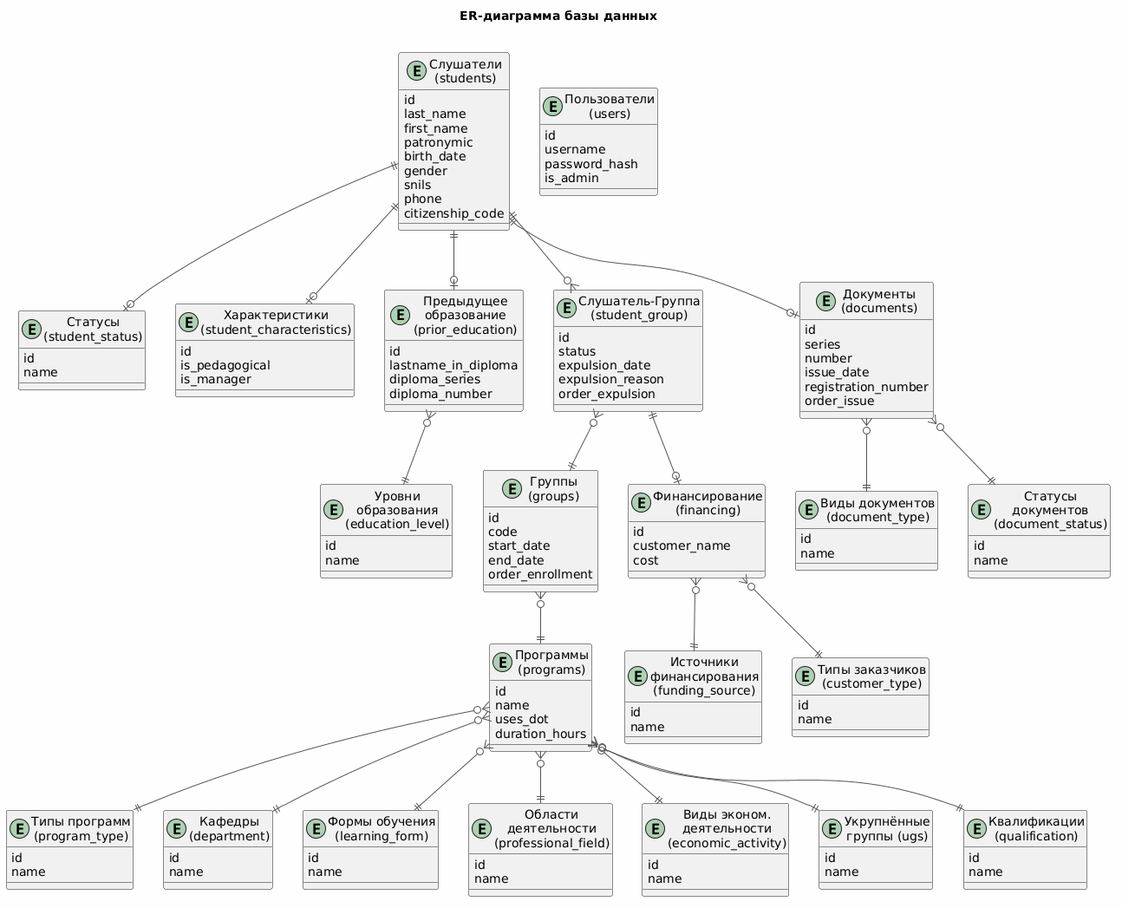
The PlantUML diagram latex/vkr-class-master/er.png in e3uq3l/vkr, before a commit. The source it was exported from:
```plantuml
@startuml
skinparam backgroundColor #FEFEFE
skinparam ArrowColor #555555
skinparam RectangleBackgroundColor #FFFFFF
skinparam RectangleBorderColor #555555

title ER-диаграмма базы данных\n

entity "Слушатели\n(students)" as students {
    id
    last_name
    first_name
    patronymic
    birth_date
    gender
    snils
    phone
    citizenship_code
}

entity "Статусы\n(student_status)" as status {
    id
    name
}

entity "Характеристики\n(student_characteristics)" as charact {
    id
    is_pedagogical
    is_manager
}

entity "Предыдущее\nобразование\n(prior_education)" as education {
    id
    lastname_in_diploma
    diploma_series
    diploma_number
}

entity "Уровни\nобразования\n(education_level)" as edu_level {
    id
    name
}

entity "Слушатель-Группа\n(student_group)" as st_group {
    id
    status
    expulsion_date
    expulsion_reason
    order_expulsion
}

entity "Группы\n(groups)" as groups {
    id
    code
    start_date
    end_date
    order_enrollment
}

entity "Программы\n(programs)" as programs {
    id
    name
    uses_dot
    duration_hours
}

entity "Типы программ\n(program_type)" as prog_type {
    id
    name
}

entity "Кафедры\n(department)" as dept {
    id
    name
}

entity "Формы обучения\n(learning_form)" as learn_form {
    id
    name
}

entity "Области\nдеятельности\n(professional_field)" as prof_field {
    id
    name
}

entity "Виды эконом.\nдеятельности\n(economic_activity)" as econ_act {
    id
    name
}

entity "Укрупнённые\nгруппы (ugs)" as ugs {
    id
    name
}

entity "Квалификации\n(qualification)" as qual {
    id
    name
}

entity "Финансирование\n(financing)" as financing {
    id
    customer_name
    cost
}

entity "Источники\nфинансирования\n(funding_source)" as fund_src {
    id
    name
}

entity "Типы заказчиков\n(customer_type)" as cust_type {
    id
    name
}

entity "Документы\n(documents)" as docs {
    id
    series
    number
    issue_date
    registration_number
    order_issue
}

entity "Виды документов\n(document_type)" as doc_type {
    id
    name
}

entity "Статусы\nдокументов\n(document_status)" as doc_status {
    id
    name
}

entity "Пользователи\n(users)" as users {
    id
    username
    password_hash
    is_admin
}

students ||--o| status
students ||--o| charact
students ||--o| education
students ||--o| docs
students ||--o{ st_group

st_group }o--|| groups
st_group ||--o| financing

groups }o--|| programs

programs }o--|| prog_type
programs }o--|| dept
programs }o--|| learn_form
programs }o--|| prof_field
programs }o--|| econ_act
programs }o--|| ugs
programs }o--|| qual

financing }o--|| fund_src
financing }o--|| cust_type

docs }o--|| doc_type
docs }o--|| doc_status

education }o--|| edu_level
@enduml
```
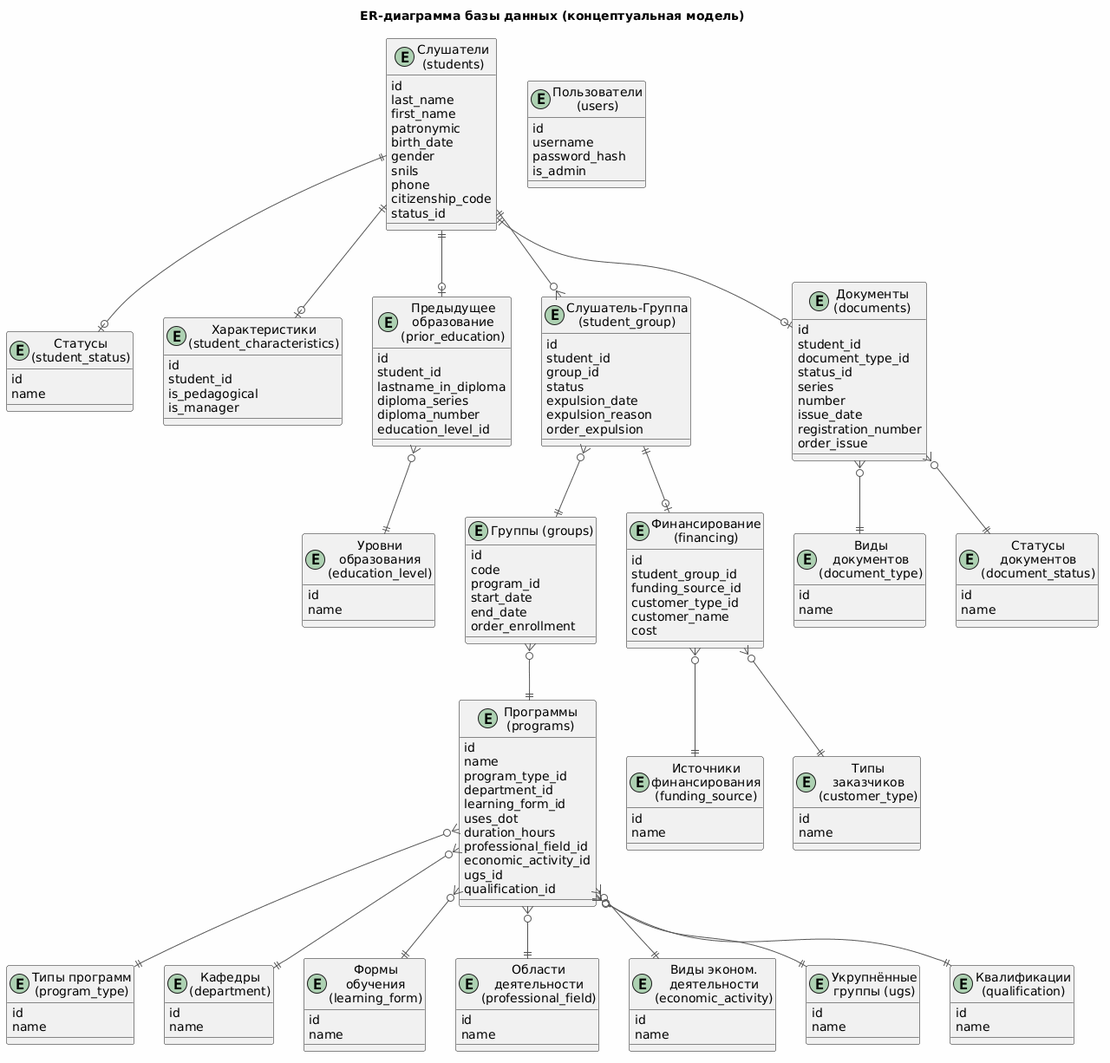
After the change.

The edit, as a diff of the source:
```diff
@@ -3,10 +3,11 @@
 skinparam ArrowColor #555555
 skinparam RectangleBackgroundColor #FFFFFF
 skinparam RectangleBorderColor #555555
+skinparam wrapWidth 120
 
-title ER-диаграмма базы данных\n
+title ER-диаграмма базы данных (концептуальная модель)
 
-entity "Слушатели\n(students)" as students {
+entity "Слушатели (students)" as students {
     id
     last_name
     first_name
@@ -16,107 +17,127 @@
     snils
     phone
     citizenship_code
+    status_id
 }
 
-entity "Статусы\n(student_status)" as status {
+entity "Статусы (student_status)" as status {
     id
     name
 }
 
-entity "Характеристики\n(student_characteristics)" as charact {
+entity "Характеристики (student_characteristics)" as charact {
     id
+    student_id
     is_pedagogical
     is_manager
 }
 
-entity "Предыдущее\nобразование\n(prior_education)" as education {
+entity "Предыдущее образование (prior_education)" as education {
     id
+    student_id
     lastname_in_diploma
     diploma_series
     diploma_number
+    education_level_id
 }
 
-entity "Уровни\nобразования\n(education_level)" as edu_level {
+entity "Уровни образования (education_level)" as edu_level {
     id
     name
 }
 
-entity "Слушатель-Группа\n(student_group)" as st_group {
+entity "Слушатель-Группа (student_group)" as st_group {
     id
+    student_id
+    group_id
     status
     expulsion_date
     expulsion_reason
     order_expulsion
 }
 
-entity "Группы\n(groups)" as groups {
+entity "Группы (groups)" as groups {
     id
     code
+    program_id
     start_date
     end_date
     order_enrollment
 }
 
-entity "Программы\n(programs)" as programs {
+entity "Программы (programs)" as programs {
     id
     name
+    program_type_id
+    department_id
+    learning_form_id
     uses_dot
     duration_hours
+    professional_field_id
+    economic_activity_id
+    ugs_id
+    qualification_id
 }
 
-entity "Типы программ\n(program_type)" as prog_type {
+entity "Типы программ (program_type)" as prog_type {
     id
     name
 }
 
-entity "Кафедры\n(department)" as dept {
+entity "Кафедры (department)" as dept {
     id
     name
 }
 
-entity "Формы обучения\n(learning_form)" as learn_form {
+entity "Формы обучения (learning_form)" as learn_form {
     id
     name
 }
 
-entity "Области\nдеятельности\n(professional_field)" as prof_field {
+entity "Области деятельности (professional_field)" as prof_field {
     id
     name
 }
 
-entity "Виды эконом.\nдеятельности\n(economic_activity)" as econ_act {
+entity "Виды эконом. деятельности (economic_activity)" as econ_act {
     id
     name
 }
 
-entity "Укрупнённые\nгруппы (ugs)" as ugs {
+entity "Укрупнённые группы (ugs)" as ugs {
     id
     name
 }
 
-entity "Квалификации\n(qualification)" as qual {
+entity "Квалификации (qualification)" as qual {
     id
     name
 }
 
-entity "Финансирование\n(financing)" as financing {
+entity "Финансирование (financing)" as financing {
     id
+    student_group_id
+    funding_source_id
+    customer_type_id
     customer_name
     cost
 }
 
-entity "Источники\nфинансирования\n(funding_source)" as fund_src {
+entity "Источники финансирования (funding_source)" as fund_src {
     id
     name
 }
 
-entity "Типы заказчиков\n(customer_type)" as cust_type {
+entity "Типы заказчиков (customer_type)" as cust_type {
     id
     name
 }
 
-entity "Документы\n(documents)" as docs {
+entity "Документы (documents)" as docs {
     id
+    student_id
+    document_type_id
+    status_id
     series
     number
     issue_date
@@ -124,22 +145,23 @@
     order_issue
 }
 
-entity "Виды документов\n(document_type)" as doc_type {
+entity "Виды документов (document_type)" as doc_type {
     id
     name
 }
 
-entity "Статусы\nдокументов\n(document_status)" as doc_status {
+entity "Статусы документов (document_status)" as doc_status {
     id
     name
 }
 
-entity "Пользователи\n(users)" as users {
+entity "Пользователи (users)" as users {
     id
     username
     password_hash
     is_admin
 }
+
 
 students ||--o| status
 students ||--o| charact
```
